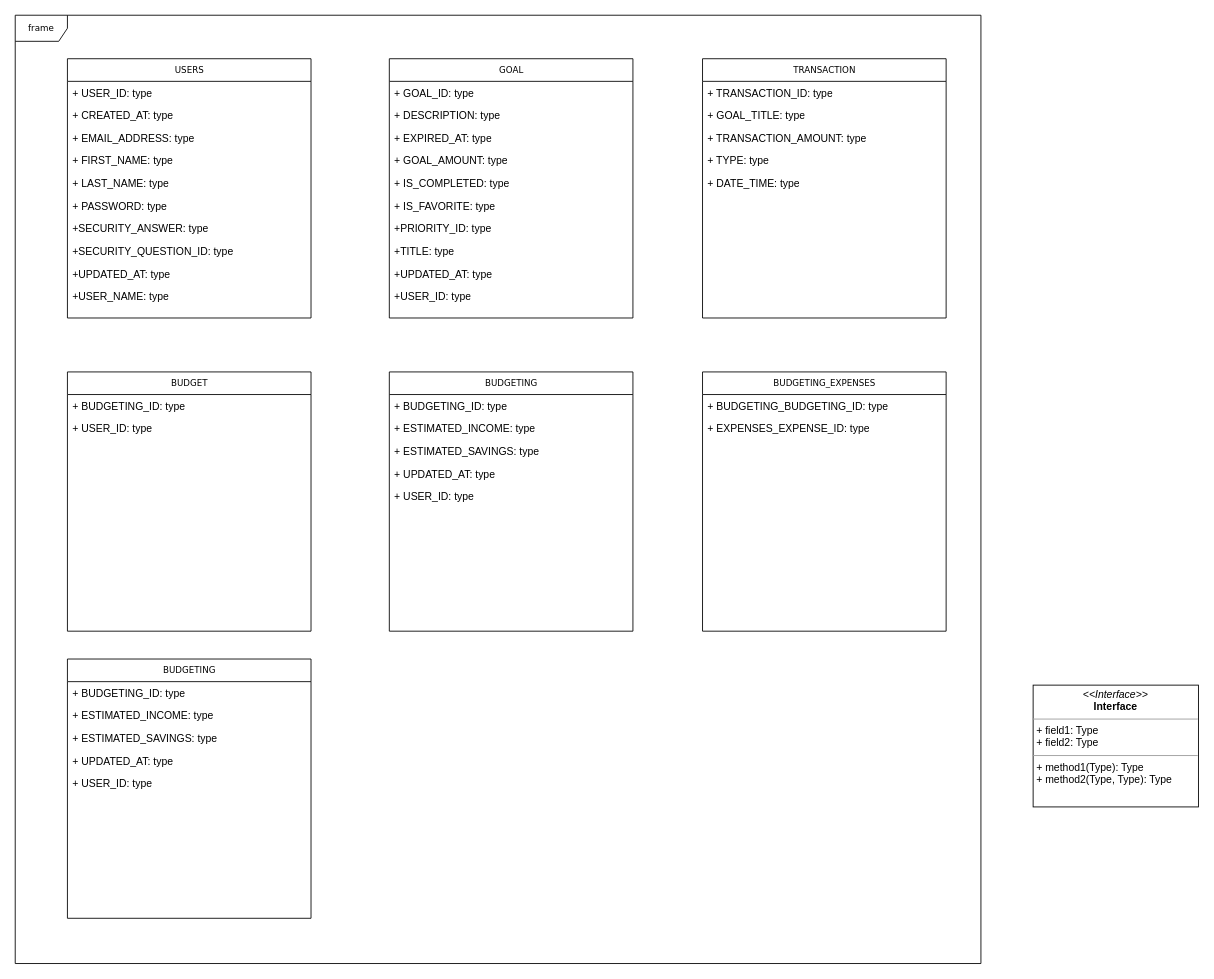
This is Untitled Diagram.drawio from yinyaozhu/drawIo, a draw.io file, before an edit. Source tidied: cells renumbered, new cells numbered last; positions are measured from the earlier drawing's top-left corner, leaving out a move shared by most shapes. Both pictures are drawn from the tidied source at 87%, with x=0, y=0 at pixel (15, 15).
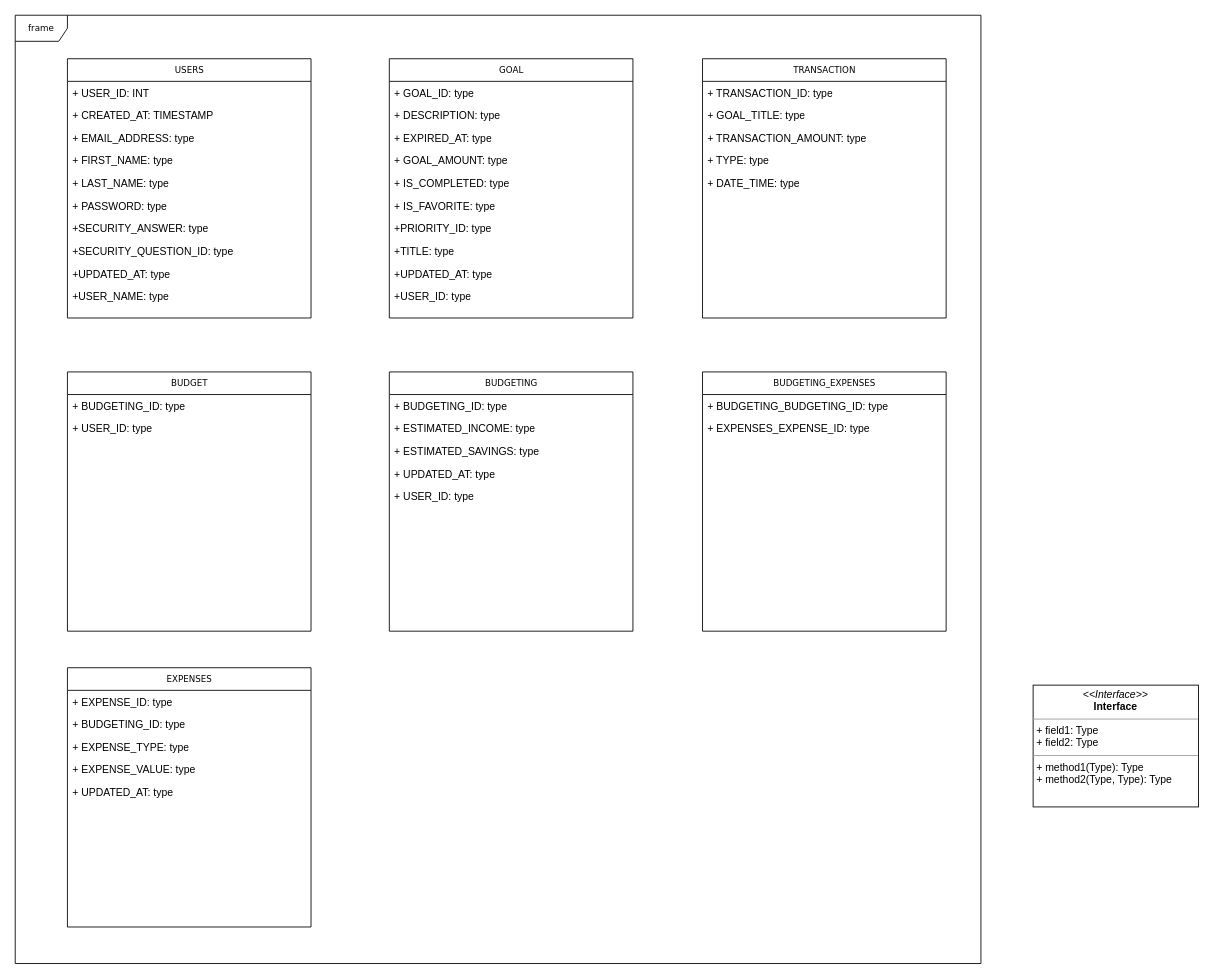
The same diagram, later.

Unchanged cells that the change refers to:
```xml
<mxCell id="3" value="USERS" style="swimlane;html=1;fontStyle=0;horizontal=1;startSize=26;fillColor=none;swimlaneFillColor=#ffffff;rounded=0;shadow=0;comic=0;labelBackgroundColor=none;strokeWidth=1;fontFamily=Verdana;fontSize=10;align=center;" parent="1" vertex="1">
  <mxGeometry x="60" y="50" width="280" height="298" as="geometry" />
</mxCell>
```

The edit, as a diff of the source:
```diff
@@
-    <mxCell id="4" value="+ USER_ID: type" style="text;html=1;strokeColor=none;fillColor=none;align=left;verticalAlign=top;spacingLeft=4;spacingRight=4;whiteSpace=wrap;overflow=hidden;" parent="3" vertex="1">
+    <mxCell id="4" value="+ USER_ID: INT" style="text;html=1;strokeColor=none;fillColor=none;align=left;verticalAlign=top;spacingLeft=4;spacingRight=4;whiteSpace=wrap;overflow=hidden;" parent="3" vertex="1">
       <mxGeometry y="26" width="280" height="26" as="geometry" />
     </mxCell>
-    <mxCell id="5" value="+ CREATED_AT: type" style="text;html=1;strokeColor=none;fillColor=none;align=left;verticalAlign=top;spacingLeft=4;spacingRight=4;whiteSpace=wrap;overflow=hidden;" parent="3" vertex="1">
+    <mxCell id="5" value="+ CREATED_AT: TIMESTAMP" style="text;html=1;strokeColor=none;fillColor=none;align=left;verticalAlign=top;spacingLeft=4;spacingRight=4;whiteSpace=wrap;overflow=hidden;" parent="3" vertex="1">
       <mxGeometry y="52" width="280" height="26" as="geometry" />
     </mxCell>
@@
-    <mxCell id="44" value="BUDGETING" style="swimlane;html=1;fontStyle=0;horizontal=1;startSize=26;fillColor=none;swimlaneFillColor=#ffffff;rounded=0;shadow=0;comic=0;labelBackgroundColor=none;strokeWidth=1;fontFamily=Verdana;fontSize=10;align=center;" parent="1" vertex="1">
-      <mxGeometry x="60" y="740" width="280" height="298" as="geometry" />
+    <mxCell id="44" value="EXPENSES" style="swimlane;html=1;fontStyle=0;horizontal=1;startSize=26;fillColor=none;swimlaneFillColor=#ffffff;rounded=0;shadow=0;comic=0;labelBackgroundColor=none;strokeWidth=1;fontFamily=Verdana;fontSize=10;align=center;" parent="1" vertex="1">
+      <mxGeometry x="60" y="750" width="280" height="298" as="geometry" />
     </mxCell>
-    <mxCell id="45" value="+ BUDGETING_ID: type" style="text;html=1;strokeColor=none;fillColor=none;align=left;verticalAlign=top;spacingLeft=4;spacingRight=4;whiteSpace=wrap;overflow=hidden;" parent="44" vertex="1">
+    <mxCell id="45" value="+ EXPENSE_ID: type" style="text;html=1;strokeColor=none;fillColor=none;align=left;verticalAlign=top;spacingLeft=4;spacingRight=4;whiteSpace=wrap;overflow=hidden;" parent="44" vertex="1">
       <mxGeometry y="26" width="280" height="26" as="geometry" />
     </mxCell>
-    <mxCell id="46" value="+ ESTIMATED_INCOME: type" style="text;html=1;strokeColor=none;fillColor=none;align=left;verticalAlign=top;spacingLeft=4;spacingRight=4;whiteSpace=wrap;overflow=hidden;" parent="44" vertex="1">
+    <mxCell id="46" value="+ BUDGETING_ID: type" style="text;html=1;strokeColor=none;fillColor=none;align=left;verticalAlign=top;spacingLeft=4;spacingRight=4;whiteSpace=wrap;overflow=hidden;" parent="44" vertex="1">
       <mxGeometry y="52" width="280" height="26" as="geometry" />
     </mxCell>
-    <mxCell id="47" value="+ ESTIMATED_SAVINGS: type" style="text;html=1;strokeColor=none;fillColor=none;align=left;verticalAlign=top;spacingLeft=4;spacingRight=4;whiteSpace=wrap;overflow=hidden;" parent="44" vertex="1">
+    <mxCell id="47" value="+ EXPENSE_TYPE: type" style="text;html=1;strokeColor=none;fillColor=none;align=left;verticalAlign=top;spacingLeft=4;spacingRight=4;whiteSpace=wrap;overflow=hidden;" parent="44" vertex="1">
       <mxGeometry y="78" width="280" height="26" as="geometry" />
     </mxCell>
-    <mxCell id="48" value="+ UPDATED_AT: type" style="text;html=1;strokeColor=none;fillColor=none;align=left;verticalAlign=top;spacingLeft=4;spacingRight=4;whiteSpace=wrap;overflow=hidden;" parent="44" vertex="1">
+    <mxCell id="48" value="+ EXPENSE_VALUE: type" style="text;html=1;strokeColor=none;fillColor=none;align=left;verticalAlign=top;spacingLeft=4;spacingRight=4;whiteSpace=wrap;overflow=hidden;" parent="44" vertex="1">
       <mxGeometry y="104" width="280" height="26" as="geometry" />
     </mxCell>
-    <mxCell id="49" value="+ USER_ID: type" style="text;html=1;strokeColor=none;fillColor=none;align=left;verticalAlign=top;spacingLeft=4;spacingRight=4;whiteSpace=wrap;overflow=hidden;" parent="44" vertex="1">
+    <mxCell id="49" value="+ UPDATED_AT: type" style="text;html=1;strokeColor=none;fillColor=none;align=left;verticalAlign=top;spacingLeft=4;spacingRight=4;whiteSpace=wrap;overflow=hidden;" parent="44" vertex="1">
       <mxGeometry y="130" width="280" height="26" as="geometry" />
     </mxCell>
```
